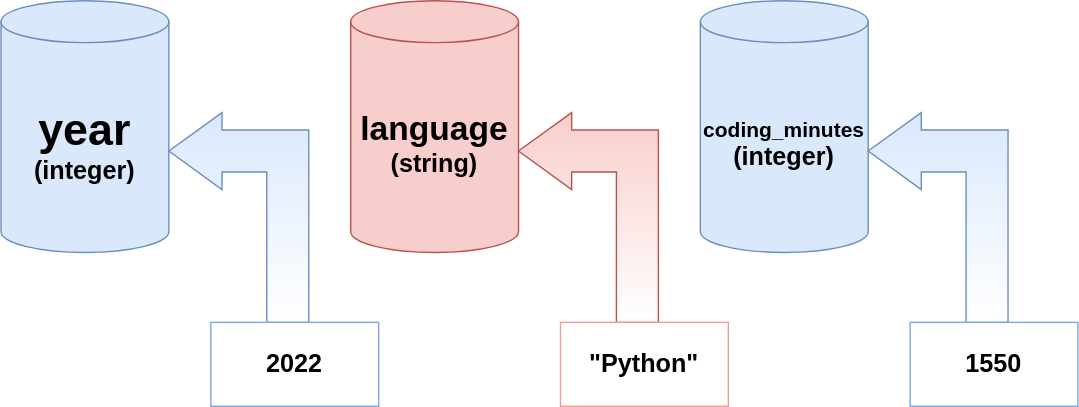
birkfl/TReND keeps this draw.io diagram as Python_Workshop2022/img/variable_assign.svg. Above is the earlier version. Source tidied: cells renumbered, new cells last; positions are measured from the earlier drawing's top-left corner, leaving out a move shared by most shapes.
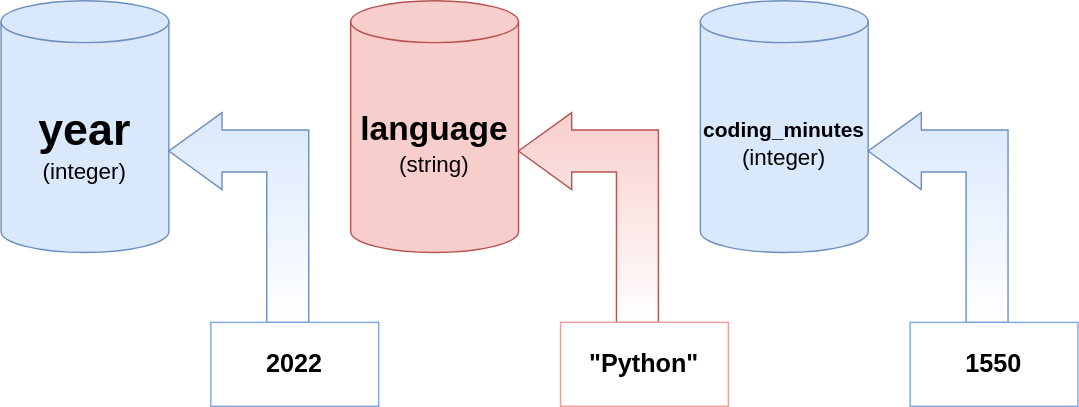
After the commit.

Change to the diagram source:
```diff
@@ -2,7 +2,7 @@
   <root>
     <mxCell id="0" />
     <mxCell id="1" parent="0" />
-    <mxCell id="2" value="&lt;font size=&quot;1&quot;&gt;&lt;b style=&quot;font-size: 24px;&quot;&gt;language&lt;/b&gt;&lt;/font&gt;&lt;div&gt;&lt;font size=&quot;1&quot;&gt;&lt;b style=&quot;font-size: 18px;&quot;&gt;&lt;font style=&quot;font-size: 18px;&quot;&gt;(string)&lt;br&gt;&lt;/font&gt;&lt;/b&gt;&lt;/font&gt;&lt;/div&gt;" style="shape=cylinder3;whiteSpace=wrap;html=1;boundedLbl=1;backgroundOutline=1;size=15;fillColor=#f8cecc;strokeColor=#b85450;" parent="1" vertex="1">
+    <mxCell id="2" value="&lt;font size=&quot;1&quot;&gt;&lt;b style=&quot;font-size: 24px;&quot;&gt;language&lt;/b&gt;&lt;/font&gt;&lt;div&gt;&lt;font size=&quot;1&quot;&gt;&lt;span style=&quot;font-size: 16px;&quot;&gt;&lt;font style=&quot;font-size: 16px;&quot;&gt;(string)&lt;/font&gt;&lt;/span&gt;&lt;b style=&quot;font-size: 18px;&quot;&gt;&lt;font style=&quot;font-size: 18px;&quot;&gt;&lt;br&gt;&lt;/font&gt;&lt;/b&gt;&lt;/font&gt;&lt;/div&gt;" style="shape=cylinder3;whiteSpace=wrap;html=1;boundedLbl=1;backgroundOutline=1;size=15;fillColor=#f8cecc;strokeColor=#b85450;" parent="1" vertex="1">
       <mxGeometry x="250" width="120" height="180" as="geometry" />
     </mxCell>
     <mxCell id="3" style="html=1;shadow=0;dashed=0;align=center;verticalAlign=middle;shape=mxgraph.arrows2.bendArrow;dy=15;dx=38;notch=0;arrowHead=55;rounded=0;flipV=0;flipH=1;fillColor=#f8cecc;strokeColor=#b85450;gradientColor=#ffffff;" parent="1" vertex="1">
@@ -11,7 +11,7 @@
     <mxCell id="4" value="&lt;b&gt;&quot;Python&quot;&lt;/b&gt;" style="rounded=0;whiteSpace=wrap;html=1;fontSize=18;strokeColor=#F19C99;" parent="1" vertex="1">
       <mxGeometry x="400" y="230" width="120" height="60" as="geometry" />
     </mxCell>
-    <mxCell id="5" value="&lt;font size=&quot;1&quot;&gt;&lt;b style=&quot;font-size: 15px;&quot;&gt;coding_minutes&lt;/b&gt;&lt;/font&gt;&lt;div&gt;&lt;font size=&quot;1&quot;&gt;&lt;b style=&quot;font-size: 18px;&quot;&gt;&lt;font style=&quot;font-size: 18px;&quot;&gt;(integer)&lt;br&gt;&lt;/font&gt;&lt;/b&gt;&lt;/font&gt;&lt;/div&gt;" style="shape=cylinder3;whiteSpace=wrap;html=1;boundedLbl=1;backgroundOutline=1;size=15;fillColor=#dae8fc;strokeColor=#6c8ebf;gradientColor=none;" parent="1" vertex="1">
+    <mxCell id="5" value="&lt;font size=&quot;1&quot;&gt;&lt;b style=&quot;font-size: 15px;&quot;&gt;coding_minutes&lt;/b&gt;&lt;/font&gt;&lt;div&gt;&lt;font size=&quot;1&quot;&gt;&lt;span style=&quot;font-size: 16px;&quot;&gt;&lt;font style=&quot;font-size: 16px;&quot;&gt;(integer)&lt;/font&gt;&lt;/span&gt;&lt;b style=&quot;font-size: 18px;&quot;&gt;&lt;font style=&quot;font-size: 18px;&quot;&gt;&lt;br&gt;&lt;/font&gt;&lt;/b&gt;&lt;/font&gt;&lt;/div&gt;" style="shape=cylinder3;whiteSpace=wrap;html=1;boundedLbl=1;backgroundOutline=1;size=15;fillColor=#dae8fc;strokeColor=#6c8ebf;gradientColor=none;" parent="1" vertex="1">
       <mxGeometry x="500" width="120" height="180" as="geometry" />
     </mxCell>
     <mxCell id="6" style="html=1;shadow=0;dashed=0;align=center;verticalAlign=middle;shape=mxgraph.arrows2.bendArrow;dy=15;dx=38;notch=0;arrowHead=55;rounded=0;flipV=0;flipH=1;fillColor=#dae8fc;strokeColor=#6c8ebf;gradientColor=#ffffff;" parent="1" vertex="1">
@@ -20,7 +20,7 @@
     <mxCell id="7" value="&lt;b&gt;1550&lt;/b&gt;" style="rounded=0;whiteSpace=wrap;html=1;fontSize=18;strokeColor=#7EA6E0;" parent="1" vertex="1">
       <mxGeometry x="650" y="230" width="120" height="60" as="geometry" />
     </mxCell>
-    <mxCell id="8" value="&lt;div&gt;&lt;font size=&quot;1&quot;&gt;&lt;b&gt;&lt;font style=&quot;font-size: 32px;&quot;&gt;year&lt;/font&gt;&lt;/b&gt;&lt;/font&gt;&lt;/div&gt;&lt;div&gt;&lt;font size=&quot;1&quot;&gt;&lt;b style=&quot;font-size: 18px;&quot;&gt;&lt;font style=&quot;font-size: 18px;&quot;&gt;(integer)&lt;br&gt;&lt;/font&gt;&lt;/b&gt;&lt;/font&gt;&lt;/div&gt;" style="shape=cylinder3;whiteSpace=wrap;html=1;boundedLbl=1;backgroundOutline=1;size=15;fillColor=#dae8fc;strokeColor=#6c8ebf;gradientColor=none;" parent="1" vertex="1">
+    <mxCell id="8" value="&lt;div&gt;&lt;font size=&quot;1&quot;&gt;&lt;b&gt;&lt;font style=&quot;font-size: 32px;&quot;&gt;year&lt;/font&gt;&lt;/b&gt;&lt;/font&gt;&lt;/div&gt;&lt;div&gt;&lt;font size=&quot;1&quot;&gt;&lt;span style=&quot;font-size: 16px;&quot;&gt;&lt;font style=&quot;font-size: 16px;&quot;&gt;(integer)&lt;/font&gt;&lt;/span&gt;&lt;b style=&quot;font-size: 18px;&quot;&gt;&lt;font style=&quot;font-size: 18px;&quot;&gt;&lt;br&gt;&lt;/font&gt;&lt;/b&gt;&lt;/font&gt;&lt;/div&gt;" style="shape=cylinder3;whiteSpace=wrap;html=1;boundedLbl=1;backgroundOutline=1;size=15;fillColor=#dae8fc;strokeColor=#6c8ebf;gradientColor=none;" parent="1" vertex="1">
       <mxGeometry width="120" height="180" as="geometry" />
     </mxCell>
     <mxCell id="9" style="html=1;shadow=0;dashed=0;align=center;verticalAlign=middle;shape=mxgraph.arrows2.bendArrow;dy=15;dx=38;notch=0;arrowHead=55;rounded=0;flipV=0;flipH=1;fillColor=#dae8fc;strokeColor=#6c8ebf;gradientColor=#ffffff;" parent="1" vertex="1">
```
